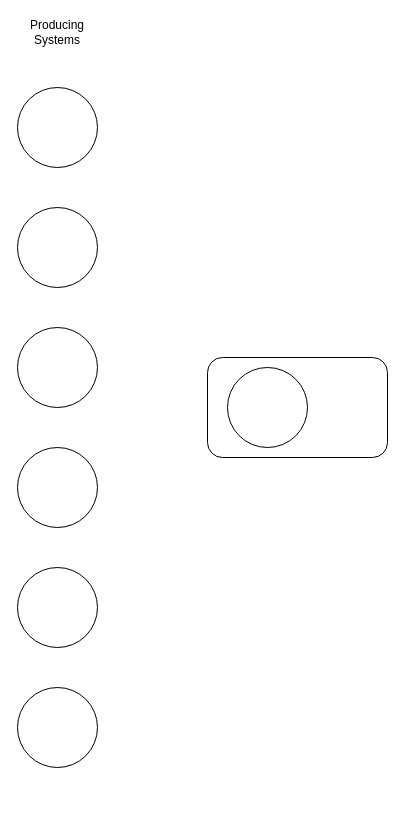
The draw.io diagram Data Lifecycle.drawio in bellateixeira/bellateixeira, before the edit. Source tidied: cells renumbered, new cells numbered last; positions are measured from the earlier drawing's top-left corner, leaving out a move shared by most shapes. Both pictures are drawn from the tidied source at 100%, with x=0, y=0 at pixel (17, 17).
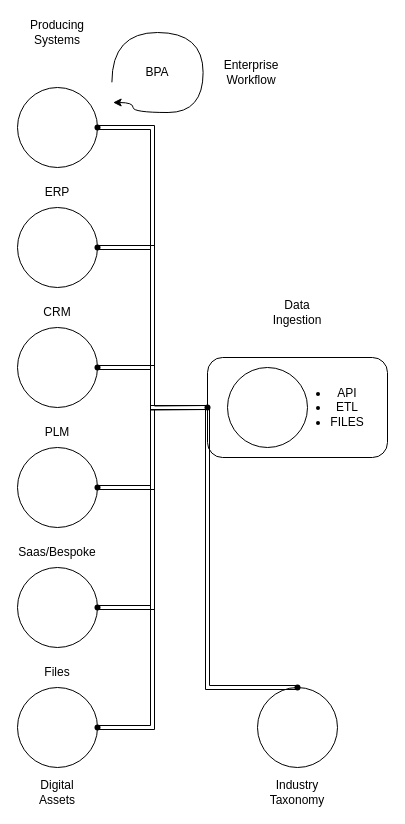
After the change.

Unchanged cells that the change refers to:
```xml
<mxCell id="2" style="rounded=1;whiteSpace=wrap;html=1;" parent="1" vertex="1">
  <mxGeometry x="190" y="340" width="180" height="100" as="geometry" />
</mxCell>
<mxCell id="3" style="ellipse;whiteSpace=wrap;html=1;" parent="1" vertex="1">
  <mxGeometry y="70" width="80" height="80" as="geometry" />
</mxCell>
<mxCell id="4" style="ellipse;whiteSpace=wrap;html=1;" parent="1" vertex="1">
  <mxGeometry y="190" width="80" height="80" as="geometry" />
</mxCell>
<mxCell id="5" style="ellipse;whiteSpace=wrap;html=1;" parent="1" vertex="1">
  <mxGeometry y="310" width="80" height="80" as="geometry" />
</mxCell>
<mxCell id="6" style="ellipse;whiteSpace=wrap;html=1;" parent="1" vertex="1">
  <mxGeometry y="430" width="80" height="80" as="geometry" />
</mxCell>
<mxCell id="7" style="ellipse;whiteSpace=wrap;html=1;" parent="1" vertex="1">
  <mxGeometry y="550" width="80" height="80" as="geometry" />
</mxCell>
<mxCell id="8" style="ellipse;whiteSpace=wrap;html=1;" parent="1" vertex="1">
  <mxGeometry y="670" width="80" height="80" as="geometry" />
</mxCell>
```

Change to the diagram source:
```diff
@@
+    <mxCell id="11" style="edgeStyle=orthogonalEdgeStyle;curved=1;rounded=0;jettySize=auto;html=1;exitX=1;exitY=0.5;exitDx=0;exitDy=0;entryX=0;entryY=0.5;entryDx=0;entryDy=0;shape=link;" parent="1" edge="1" source="4" target="2">
+      <mxGeometry relative="1" as="geometry" />
+    </mxCell>
@@
+    <mxCell id="12" style="edgeStyle=orthogonalEdgeStyle;curved=1;rounded=0;jettySize=auto;html=1;exitX=1;exitY=0.5;exitDx=0;exitDy=0;shape=link;" parent="1" edge="1" source="5">
+      <mxGeometry relative="1" as="geometry">
+        <mxPoint x="190" y="390" as="targetPoint" />
+      </mxGeometry>
+    </mxCell>
@@
+    <mxCell id="13" style="edgeStyle=orthogonalEdgeStyle;curved=1;rounded=0;jettySize=auto;html=1;exitX=1;exitY=0.5;exitDx=0;exitDy=0;entryX=0;entryY=0.5;entryDx=0;entryDy=0;shape=link;" parent="1" edge="1" source="6" target="2">
+      <mxGeometry relative="1" as="geometry" />
+    </mxCell>
@@
+    <mxCell id="14" style="edgeStyle=orthogonalEdgeStyle;curved=1;rounded=0;jettySize=auto;html=1;exitX=1;exitY=0.5;exitDx=0;exitDy=0;entryX=0;entryY=0.5;entryDx=0;entryDy=0;shape=link;" parent="1" edge="1" source="7" target="2">
+      <mxGeometry relative="1" as="geometry" />
+    </mxCell>
@@
+    <mxCell id="15" style="edgeStyle=orthogonalEdgeStyle;curved=1;rounded=0;jettySize=auto;html=1;exitX=1;exitY=0.5;exitDx=0;exitDy=0;entryX=0;entryY=0.5;entryDx=0;entryDy=0;shape=link;" parent="1" edge="1" source="8" target="2">
+      <mxGeometry relative="1" as="geometry" />
+    </mxCell>
@@
+    <mxCell id="16" value="&lt;ul&gt;&lt;li&gt;API&lt;/li&gt;&lt;li&gt;ETL&lt;/li&gt;&lt;li&gt;FILES&lt;/li&gt;&lt;/ul&gt;" style="text;strokeColor=none;align=center;fillColor=none;html=1;verticalAlign=middle;whiteSpace=wrap;rounded=0;" parent="1" vertex="1">
+      <mxGeometry x="260" y="365" width="100" height="50" as="geometry" />
+    </mxCell>
+    <mxCell id="17" value="Data Ingestion" style="text;strokeColor=none;align=center;fillColor=none;html=1;verticalAlign=middle;whiteSpace=wrap;rounded=0;" parent="1" vertex="1">
+      <mxGeometry x="250" y="280" width="60" height="30" as="geometry" />
+    </mxCell>
+    <mxCell id="18" style="edgeStyle=orthogonalEdgeStyle;curved=1;rounded=0;jettySize=auto;html=1;exitX=1;exitY=0.5;exitDx=0;exitDy=0;entryX=0;entryY=0.5;entryDx=0;entryDy=0;shape=link;shadow=0;" parent="1" edge="1" source="3" target="2">
+      <mxGeometry relative="1" as="geometry" />
+    </mxCell>
+    <mxCell id="19" style="edgeStyle=orthogonalEdgeStyle;curved=1;rounded=0;jettySize=auto;html=1;exitDx=0;exitDy=0;entryX=0;entryY=0.5;entryDx=0;entryDy=0;shape=link;" parent="1" edge="1" source="36" target="2">
+      <mxGeometry relative="1" as="geometry" />
+    </mxCell>
+    <mxCell id="20" style="ellipse;whiteSpace=wrap;html=1;" parent="1" vertex="1">
+      <mxGeometry x="240" y="670" width="80" height="80" as="geometry" />
+    </mxCell>
+    <mxCell id="21" value="ERP" style="text;strokeColor=none;align=center;fillColor=none;html=1;verticalAlign=middle;whiteSpace=wrap;rounded=0;" parent="1" vertex="1">
+      <mxGeometry x="10" y="160" width="60" height="30" as="geometry" />
+    </mxCell>
+    <mxCell id="22" value="CRM" style="text;strokeColor=none;align=center;fillColor=none;html=1;verticalAlign=middle;whiteSpace=wrap;rounded=0;" parent="1" vertex="1">
+      <mxGeometry x="10" y="280" width="60" height="30" as="geometry" />
+    </mxCell>
+    <mxCell id="23" value="PLM" style="text;strokeColor=none;align=center;fillColor=none;html=1;verticalAlign=middle;whiteSpace=wrap;rounded=0;" parent="1" vertex="1">
+      <mxGeometry x="10" y="400" width="60" height="30" as="geometry" />
+    </mxCell>
+    <mxCell id="24" value="Saas/Bespoke" style="text;strokeColor=none;align=center;fillColor=none;html=1;verticalAlign=middle;whiteSpace=wrap;rounded=0;" parent="1" vertex="1">
+      <mxGeometry x="10" y="520" width="60" height="30" as="geometry" />
+    </mxCell>
+    <mxCell id="25" value="Files" style="text;strokeColor=none;align=center;fillColor=none;html=1;verticalAlign=middle;whiteSpace=wrap;rounded=0;" parent="1" vertex="1">
+      <mxGeometry x="10" y="640" width="60" height="30" as="geometry" />
+    </mxCell>
+    <mxCell id="26" value="Digital Assets" style="text;strokeColor=none;align=center;fillColor=none;html=1;verticalAlign=middle;whiteSpace=wrap;rounded=0;" parent="1" vertex="1">
+      <mxGeometry x="10" y="760" width="60" height="30" as="geometry" />
+    </mxCell>
+    <mxCell id="27" value="Industry Taxonomy" style="text;strokeColor=none;align=center;fillColor=none;html=1;verticalAlign=middle;whiteSpace=wrap;rounded=0;" parent="1" vertex="1">
+      <mxGeometry x="250" y="760" width="60" height="30" as="geometry" />
+    </mxCell>
+    <mxCell id="28" value="BPA" style="text;strokeColor=none;align=center;fillColor=none;html=1;verticalAlign=middle;whiteSpace=wrap;rounded=0;" parent="1" vertex="1">
+      <mxGeometry x="110" y="40" width="60" height="30" as="geometry" />
+    </mxCell>
+    <mxCell id="29" style="shape=waypoint;sketch=0;fillStyle=solid;size=6;fillColor=none;perimeter=centerPerimeter;" parent="1" vertex="1">
+      <mxGeometry x="70" y="100" width="20" height="20" as="geometry" />
+    </mxCell>
+    <mxCell id="30" style="shape=waypoint;sketch=0;fillStyle=solid;size=6;fillColor=none;perimeter=centerPerimeter;" parent="1" vertex="1">
+      <mxGeometry x="70" y="220" width="20" height="20" as="geometry" />
+    </mxCell>
+    <mxCell id="31" style="shape=waypoint;sketch=0;fillStyle=solid;size=6;fillColor=none;perimeter=centerPerimeter;" parent="1" vertex="1">
+      <mxGeometry x="70" y="340" width="20" height="20" as="geometry" />
+    </mxCell>
+    <mxCell id="32" style="shape=waypoint;sketch=0;fillStyle=solid;size=6;fillColor=none;perimeter=centerPerimeter;" parent="1" vertex="1">
+      <mxGeometry x="70" y="460" width="20" height="20" as="geometry" />
+    </mxCell>
+    <mxCell id="33" style="shape=waypoint;sketch=0;fillStyle=solid;size=6;fillColor=none;perimeter=centerPerimeter;" parent="1" vertex="1">
+      <mxGeometry x="70" y="580" width="20" height="20" as="geometry" />
+    </mxCell>
+    <mxCell id="34" style="shape=waypoint;sketch=0;fillStyle=solid;size=6;fillColor=none;perimeter=centerPerimeter;" parent="1" vertex="1">
+      <mxGeometry x="70" y="700" width="20" height="20" as="geometry" />
+    </mxCell>
+    <mxCell id="35" style="edgeStyle=orthogonalEdgeStyle;curved=1;rounded=0;jettySize=auto;html=1;exitDx=0;exitDy=0;entryDx=0;entryDy=0;shape=link;" parent="1" edge="1" source="38" target="36">
+      <mxGeometry relative="1" as="geometry" />
+    </mxCell>
+    <mxCell id="36" style="shape=waypoint;sketch=0;fillStyle=solid;size=6;points=[];fillColor=none;perimeter=centerPerimeter;snapToPoint=1;" parent="1" vertex="1">
+      <mxGeometry x="180" y="380" width="20" height="20" as="geometry" />
+    </mxCell>
+    <mxCell id="37" style="edgeStyle=orthogonalEdgeStyle;curved=1;rounded=0;jettySize=auto;html=1;exitX=0.5;exitY=0;exitDx=0;exitDy=0;entryDx=0;entryDy=0;shape=link;" parent="1" edge="1" source="20" target="38">
+      <mxGeometry relative="1" as="geometry" />
+    </mxCell>
+    <mxCell id="38" style="shape=waypoint;sketch=0;fillStyle=solid;size=6;points=[];fillColor=none;perimeter=centerPerimeter;snapToPoint=1;" parent="1" vertex="1">
+      <mxGeometry x="270" y="660" width="20" height="20" as="geometry" />
+    </mxCell>
+    <mxCell id="39" style="edgeStyle=orthogonalEdgeStyle;curved=1;rounded=0;orthogonalLoop=1;jettySize=auto;html=1;" parent="1" edge="1">
+      <mxGeometry relative="1" as="geometry">
+        <mxPoint x="94.4" y="64.8" as="sourcePoint" />
+        <mxPoint x="95.6" y="85" as="targetPoint" />
+        <Array as="points">
+          <mxPoint x="94.6" y="15" />
+          <mxPoint x="185.6" y="15" />
+          <mxPoint x="185.6" y="95" />
+          <mxPoint x="115.6" y="95" />
+          <mxPoint x="115.6" y="85" />
+        </Array>
+      </mxGeometry>
+    </mxCell>
+    <mxCell id="40" value="Enterprise Workflow" style="text;strokeColor=none;align=center;fillColor=none;html=1;verticalAlign=middle;whiteSpace=wrap;rounded=0;" parent="1" vertex="1">
+      <mxGeometry x="204" y="40" width="60" height="30" as="geometry" />
+    </mxCell>
```
